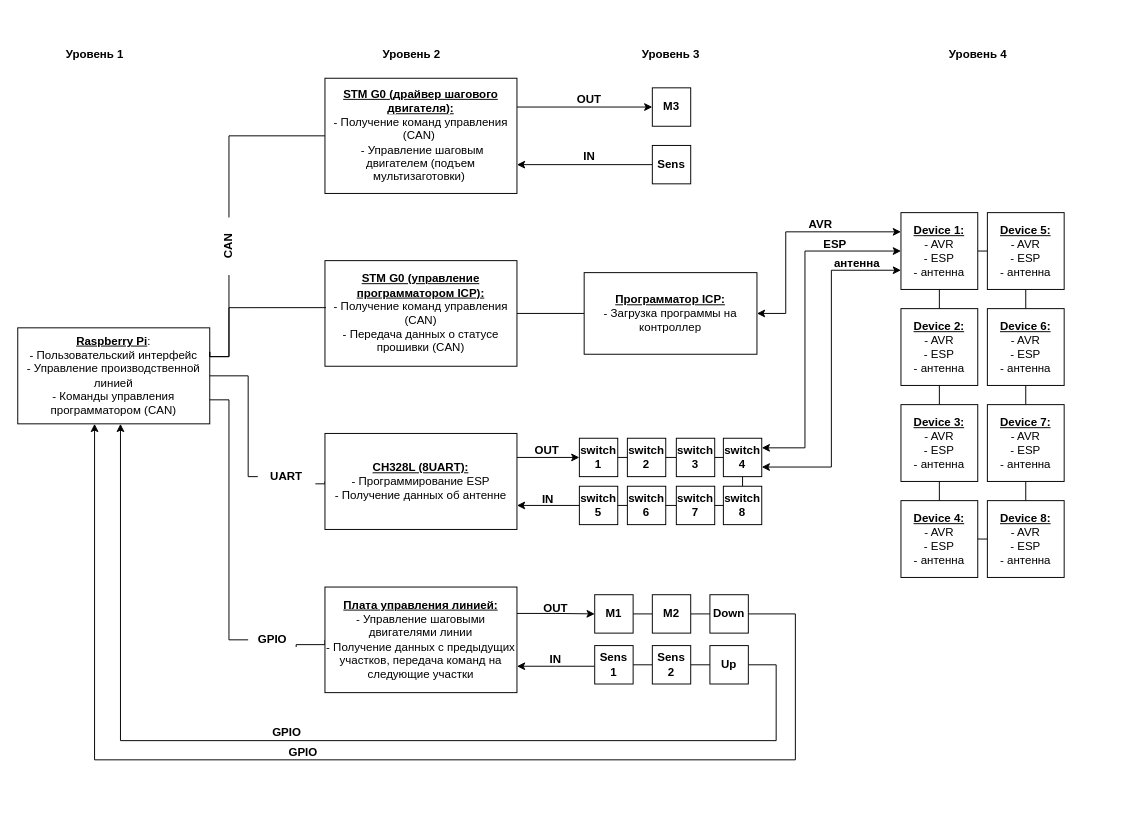
Above: Device.drawio in NataliApril/xkeeper (draw.io), before the change. Source tidied: cells renumbered, new cells numbered last; positions are measured from the earlier drawing's top-left corner, leaving out a move shared by most shapes. Both pictures are drawn from the tidied source at 96%, with x=0, y=0 at pixel (17, 39).
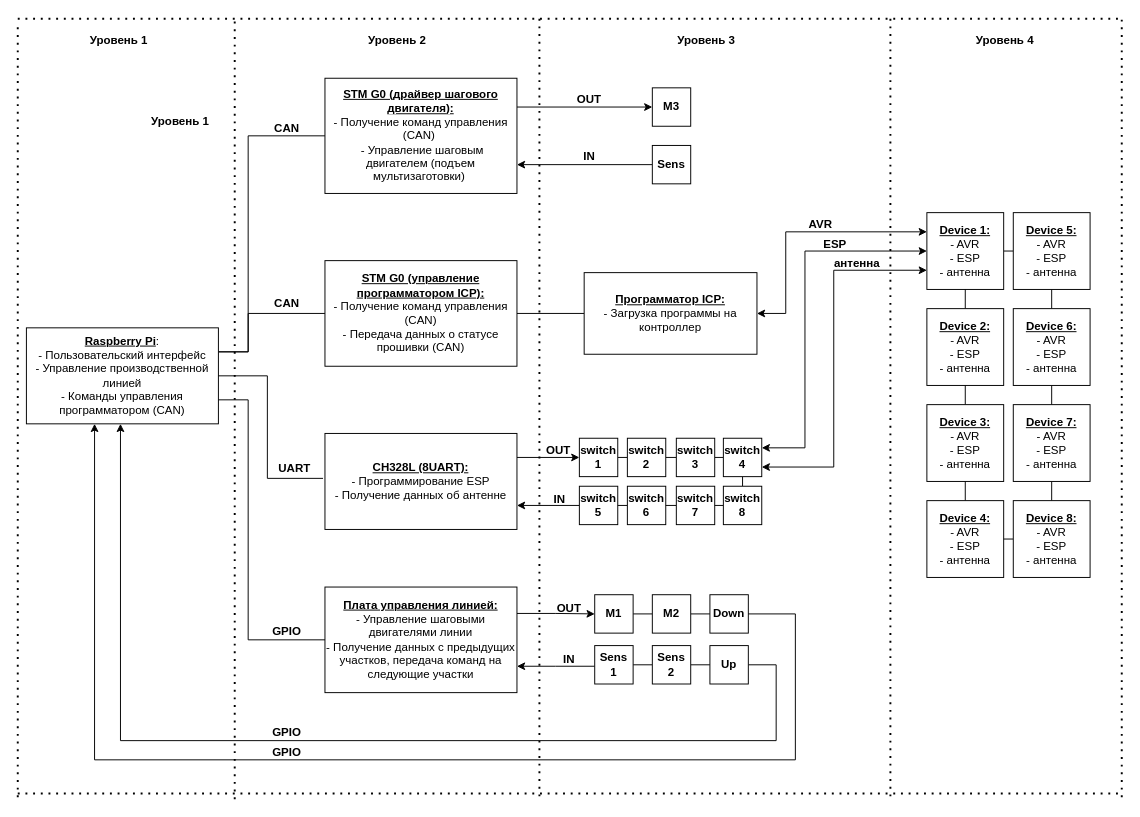
The same page after the edit.

The change refers to these unchanged cells:
```xml
<mxCell id="23" value="&lt;b&gt;&lt;u&gt;STM G0 (драйвер шагового двигателя):&lt;/u&gt;&lt;/b&gt;&lt;div&gt;- Получение команд управления (CAN)&amp;nbsp;&lt;/div&gt;&lt;div&gt;&amp;nbsp;- Управление шаговым двигателем (подъем мультизаготовки)&amp;nbsp;&lt;/div&gt;" style="rounded=0;whiteSpace=wrap;html=1;" parent="1" vertex="1">
  <mxGeometry x="320" y="40" width="200" height="120" as="geometry" />
</mxCell>
<mxCell id="25" value="&lt;b&gt;&lt;u&gt;STM G0 (управление программатором ICP):&lt;/u&gt;&lt;/b&gt;&lt;div&gt;- Получение команд управления (CAN)&lt;/div&gt;&lt;div&gt;- Передача данных о статусе прошивки (CAN)&lt;/div&gt;" style="rounded=0;whiteSpace=wrap;html=1;" parent="1" vertex="1">
  <mxGeometry x="320" y="230" width="200" height="110" as="geometry" />
</mxCell>
<mxCell id="27" value="&lt;b&gt;&lt;u&gt;CH328L (8UART):&lt;/u&gt;&lt;/b&gt;&lt;div&gt;- Программирование ESP&lt;br&gt;- Получение данных об антенне&lt;/div&gt;" style="rounded=0;whiteSpace=wrap;html=1;" parent="1" vertex="1">
  <mxGeometry x="320" y="410" width="200" height="100" as="geometry" />
</mxCell>
<mxCell id="30" value="&lt;b&gt;&lt;u&gt;Плата управления линией:&lt;/u&gt;&lt;/b&gt;&lt;div&gt;- Управление шаговыми двигателями линии&lt;br&gt;- Получение данных с предыдущих участков, передача команд на следующие участки&lt;/div&gt;" style="rounded=0;whiteSpace=wrap;html=1;" parent="1" vertex="1">
  <mxGeometry x="320" y="570" width="200" height="110" as="geometry" />
</mxCell>
<mxCell id="76" value="&lt;b&gt;switch 4&lt;/b&gt;" style="whiteSpace=wrap;html=1;" parent="1" vertex="1">
  <mxGeometry x="735" y="415" width="40" height="40" as="geometry" />
</mxCell>
```

Diff of the diagram source:
```diff
@@
     <mxCell id="3" value="&lt;b&gt;&lt;u&gt;Device 1:&lt;/u&gt;&lt;/b&gt;&lt;br&gt;- AVR&lt;br&gt;- ESP&lt;br&gt;- антенна" style="whiteSpace=wrap;html=1;" parent="1" vertex="1">
-      <mxGeometry x="920" y="180" width="80" height="80" as="geometry" />
+      <mxGeometry x="947" y="180" width="80" height="80" as="geometry" />
     </mxCell>
@@
     <mxCell id="5" value="&lt;b&gt;&lt;u&gt;Device 2:&lt;/u&gt;&lt;/b&gt;&lt;br&gt;- AVR&lt;br&gt;- ESP&lt;br&gt;- антенна" style="whiteSpace=wrap;html=1;" parent="1" vertex="1">
-      <mxGeometry x="920" y="280" width="80" height="80" as="geometry" />
+      <mxGeometry x="947" y="280" width="80" height="80" as="geometry" />
     </mxCell>
@@
     <mxCell id="7" value="&lt;b&gt;&lt;u&gt;Device 3:&lt;/u&gt;&lt;/b&gt;&lt;br&gt;- AVR&lt;br&gt;- ESP&lt;br&gt;- антенна" style="whiteSpace=wrap;html=1;" parent="1" vertex="1">
-      <mxGeometry x="920" y="380" width="80" height="80" as="geometry" />
+      <mxGeometry x="947" y="380" width="80" height="80" as="geometry" />
     </mxCell>
@@
     <mxCell id="9" value="&lt;b&gt;&lt;u&gt;Device 4:&lt;/u&gt;&lt;/b&gt;&lt;br&gt;- AVR&lt;br&gt;- ESP&lt;br&gt;- антенна" style="whiteSpace=wrap;html=1;" parent="1" vertex="1">
-      <mxGeometry x="920" y="480" width="80" height="80" as="geometry" />
+      <mxGeometry x="947" y="480" width="80" height="80" as="geometry" />
     </mxCell>
@@
     <mxCell id="11" value="&lt;b&gt;&lt;u&gt;Device 5:&lt;/u&gt;&lt;/b&gt;&lt;br&gt;- AVR&lt;br&gt;- ESP&lt;br&gt;- антенна" style="whiteSpace=wrap;html=1;" parent="1" vertex="1">
-      <mxGeometry x="1010" y="180" width="80" height="80" as="geometry" />
+      <mxGeometry x="1037" y="180" width="80" height="80" as="geometry" />
     </mxCell>
@@
     <mxCell id="13" value="&lt;b&gt;&lt;u&gt;Device 6:&lt;/u&gt;&lt;/b&gt;&lt;br&gt;- AVR&lt;br&gt;- ESP&lt;br&gt;- антенна" style="whiteSpace=wrap;html=1;" parent="1" vertex="1">
-      <mxGeometry x="1010" y="280" width="80" height="80" as="geometry" />
+      <mxGeometry x="1037" y="280" width="80" height="80" as="geometry" />
     </mxCell>
@@
     <mxCell id="15" value="&lt;b&gt;&lt;u&gt;Device 7:&lt;/u&gt;&lt;/b&gt;&lt;br&gt;- AVR&lt;br&gt;- ESP&lt;br&gt;- антенна" style="whiteSpace=wrap;html=1;" parent="1" vertex="1">
-      <mxGeometry x="1010" y="380" width="80" height="80" as="geometry" />
+      <mxGeometry x="1037" y="380" width="80" height="80" as="geometry" />
     </mxCell>
@@
     <mxCell id="17" value="&lt;b&gt;&lt;u&gt;Device 8:&lt;/u&gt;&lt;/b&gt;&lt;br&gt;- AVR&lt;br&gt;- ESP&lt;br&gt;- антенна" style="whiteSpace=wrap;html=1;" parent="1" vertex="1">
-      <mxGeometry x="1010" y="480" width="80" height="80" as="geometry" />
+      <mxGeometry x="1037" y="480" width="80" height="80" as="geometry" />
     </mxCell>
-    <mxCell id="18" style="edgeStyle=orthogonalEdgeStyle;rounded=0;jettySize=auto;html=1;exitX=1;exitY=0.5;exitDx=0;exitDy=0;entryX=0;entryY=0.5;entryDx=0;entryDy=0;endArrow=none;endFill=0;" parent="1" edge="1" source="33" target="23">
-      <mxGeometry relative="1" as="geometry" />
-    </mxCell>
-    <mxCell id="19" style="edgeStyle=orthogonalEdgeStyle;rounded=0;jettySize=auto;html=1;exitX=1;exitY=0.75;exitDx=0;exitDy=0;entryX=0;entryY=0.5;entryDx=0;entryDy=0;endArrow=none;endFill=0;" parent="1" edge="1" source="35" target="27">
-      <mxGeometry relative="1" as="geometry" />
-    </mxCell>
-    <mxCell id="20" style="edgeStyle=orthogonalEdgeStyle;rounded=0;jettySize=auto;html=1;exitX=1;exitY=0.75;exitDx=0;exitDy=0;entryX=0;entryY=0.5;entryDx=0;entryDy=0;endArrow=none;endFill=0;" parent="1" edge="1" source="37" target="30">
-      <mxGeometry relative="1" as="geometry">
-        <Array as="points">
-          <mxPoint x="290" y="630" />
-          <mxPoint x="320" y="630" />
-        </Array>
-      </mxGeometry>
-    </mxCell>
+    <mxCell id="88" style="edgeStyle=orthogonalEdgeStyle;rounded=0;jettySize=auto;html=1;exitX=1;exitY=0.25;exitDx=0;exitDy=0;endArrow=none;endFill=0;entryX=0;entryY=0.5;entryDx=0;entryDy=0;" parent="1" edge="1" source="21" target="23">
+      <mxGeometry relative="1" as="geometry">
+        <Array as="points">
+          <mxPoint x="240" y="325" />
+          <mxPoint x="240" y="100" />
+        </Array>
+      </mxGeometry>
+    </mxCell>
+    <mxCell id="31" style="edgeStyle=orthogonalEdgeStyle;rounded=0;jettySize=auto;html=1;exitX=1;exitY=0.25;exitDx=0;exitDy=0;entryX=0;entryY=0.5;entryDx=0;entryDy=0;endArrow=none;endFill=0;" parent="1" edge="1" source="21" target="25">
+      <mxGeometry relative="1" as="geometry">
+        <Array as="points">
+          <mxPoint x="240" y="325" />
+          <mxPoint x="240" y="285" />
+        </Array>
+      </mxGeometry>
+    </mxCell>
     <mxCell id="21" value="&lt;b&gt;&lt;u&gt;Raspberry Pi&lt;/u&gt;&lt;/b&gt;:&lt;br&gt;- Пользовательский интерфейс&lt;br&gt;- Управление производственной линией&lt;br&gt;- Команды управления программатором (CAN)" style="rounded=0;whiteSpace=wrap;html=1;" parent="1" vertex="1">
-      <mxGeometry y="300" width="200" height="100" as="geometry" />
+      <mxGeometry x="9" y="300" width="200" height="100" as="geometry" />
     </mxCell>
@@
-    <mxCell id="31" style="edgeStyle=orthogonalEdgeStyle;rounded=0;jettySize=auto;html=1;exitX=1;exitY=0.25;exitDx=0;exitDy=0;entryX=0.005;entryY=0.445;entryDx=0;entryDy=0;entryPerimeter=0;endArrow=none;endFill=0;" parent="1" edge="1" source="21" target="25">
-      <mxGeometry relative="1" as="geometry">
-        <Array as="points">
-          <mxPoint x="200" y="330" />
-          <mxPoint x="220" y="330" />
-          <mxPoint x="220" y="279" />
-        </Array>
-      </mxGeometry>
-    </mxCell>
-    <mxCell id="32" style="edgeStyle=orthogonalEdgeStyle;rounded=0;jettySize=auto;html=1;exitX=1;exitY=0.25;exitDx=0;exitDy=0;entryX=0;entryY=0.5;entryDx=0;entryDy=0;endArrow=none;endFill=0;" parent="1" edge="1" source="21" target="33">
-      <mxGeometry relative="1" as="geometry">
-        <Array as="points">
-          <mxPoint x="200" y="330" />
-          <mxPoint x="220" y="330" />
-          <mxPoint x="220" y="245" />
-        </Array>
-      </mxGeometry>
-    </mxCell>
-    <mxCell id="33" value="&lt;b&gt;CAN&lt;/b&gt;" style="text;html=1;align=center;verticalAlign=middle;whiteSpace=wrap;rounded=0;rotation=-90;" parent="1" vertex="1">
-      <mxGeometry x="190" y="200" width="60" height="30" as="geometry" />
-    </mxCell>
-    <mxCell id="34" style="edgeStyle=orthogonalEdgeStyle;rounded=0;jettySize=auto;html=1;exitX=1;exitY=0.5;exitDx=0;exitDy=0;entryX=0;entryY=0.5;entryDx=0;entryDy=0;endArrow=none;endFill=0;" parent="1" edge="1" source="21" target="35">
+    <mxCell id="34" style="edgeStyle=orthogonalEdgeStyle;rounded=0;jettySize=auto;html=1;exitX=1;exitY=0.5;exitDx=0;exitDy=0;endArrow=none;endFill=0;entryX=-0.01;entryY=0.468;entryDx=0;entryDy=0;entryPerimeter=0;" parent="1" edge="1" source="21" target="27">
       <mxGeometry relative="1" as="geometry">
         <Array as="points">
-          <mxPoint x="240" y="350" />
+          <mxPoint x="260" y="350" />
+          <mxPoint x="260" y="457" />
         </Array>
       </mxGeometry>
     </mxCell>
-    <mxCell id="35" value="&lt;b&gt;UART&lt;/b&gt;" style="text;html=1;align=center;verticalAlign=middle;whiteSpace=wrap;rounded=0;rotation=0;" parent="1" vertex="1">
-      <mxGeometry x="250" y="440" width="60" height="30" as="geometry" />
-    </mxCell>
-    <mxCell id="36" style="edgeStyle=orthogonalEdgeStyle;rounded=0;jettySize=auto;html=1;exitX=1;exitY=0.75;exitDx=0;exitDy=0;entryX=0;entryY=0.5;entryDx=0;entryDy=0;endArrow=none;endFill=0;" parent="1" edge="1" source="21" target="37">
-      <mxGeometry relative="1" as="geometry" />
+    <mxCell id="36" style="edgeStyle=orthogonalEdgeStyle;rounded=0;jettySize=auto;html=1;exitX=1;exitY=0.75;exitDx=0;exitDy=0;entryX=0;entryY=0.5;entryDx=0;entryDy=0;endArrow=none;endFill=0;" parent="1" edge="1" source="21" target="30">
+      <mxGeometry relative="1" as="geometry">
+        <Array as="points">
+          <mxPoint x="240" y="375" />
+          <mxPoint x="240" y="625" />
+        </Array>
+      </mxGeometry>
     </mxCell>
-    <mxCell id="37" value="&lt;b&gt;GPIO&lt;/b&gt;" style="text;html=1;align=center;verticalAlign=middle;points=[];strokeColor=none;fillColor=none;rotation=0;" parent="1" vertex="1">
-      <mxGeometry x="240" y="610" width="50" height="30" as="geometry" />
-    </mxCell>
@@
     <mxCell id="51" value="&lt;b&gt;OUT&lt;/b&gt;" style="text;html=1;align=center;verticalAlign=middle;strokeColor=none;fillColor=none;" parent="1" vertex="1">
-      <mxGeometry x="535" y="577" width="50" height="30" as="geometry" />
+      <mxGeometry x="549" y="577" width="50" height="30" as="geometry" />
     </mxCell>
     <mxCell id="52" value="&lt;b&gt;Уровень 1&lt;/b&gt;" style="text;html=1;align=center;verticalAlign=middle;strokeColor=none;fillColor=none;" parent="1" vertex="1">
-      <mxGeometry x="40" width="80" height="30" as="geometry" />
+      <mxGeometry x="65" y="-14" width="80" height="30" as="geometry" />
     </mxCell>
-    <mxCell id="53" value="&lt;b&gt;Уровень 2&lt;/b&gt;" style="text;html=1;align=center;verticalAlign=middle;strokeColor=none;fillColor=none;" parent="1" vertex="1">
-      <mxGeometry x="370" width="80" height="30" as="geometry" />
-    </mxCell>
     <mxCell id="54" value="&lt;b&gt;Уровень 3&lt;/b&gt;" style="text;html=1;align=center;verticalAlign=middle;strokeColor=none;fillColor=none;" parent="1" vertex="1">
-      <mxGeometry x="640" width="80" height="30" as="geometry" />
+      <mxGeometry x="677" y="-14" width="80" height="30" as="geometry" />
     </mxCell>
     <mxCell id="55" value="&lt;b&gt;Уровень 4&lt;/b&gt;" style="text;html=1;align=center;verticalAlign=middle;strokeColor=none;fillColor=none;" parent="1" vertex="1">
-      <mxGeometry x="960" width="80" height="30" as="geometry" />
+      <mxGeometry x="988" y="-14" width="80" height="30" as="geometry" />
     </mxCell>
@@
     <mxCell id="75" style="edgeStyle=orthogonalEdgeStyle;rounded=0;jettySize=auto;html=1;exitX=1;exitY=0.75;exitDx=0;exitDy=0;entryX=0;entryY=0.75;entryDx=0;entryDy=0;startArrow=classic;startFill=1;" parent="1" edge="1" source="76" target="3">
-      <mxGeometry relative="1" as="geometry" />
+      <mxGeometry relative="1" as="geometry">
+        <Array as="points">
+          <mxPoint x="850" y="445" />
+          <mxPoint x="850" y="240" />
+        </Array>
+      </mxGeometry>
     </mxCell>
@@
     <mxCell id="79" value="&lt;b&gt;OUT&lt;/b&gt;" style="text;html=1;align=center;verticalAlign=middle;strokeColor=none;fillColor=none;" parent="1" vertex="1">
-      <mxGeometry x="526" y="413" width="50" height="30" as="geometry" />
+      <mxGeometry x="538" y="413" width="50" height="30" as="geometry" />
     </mxCell>
     <mxCell id="80" value="&lt;b&gt;IN&lt;/b&gt;" style="text;html=1;align=center;verticalAlign=middle;strokeColor=none;fillColor=none;" parent="1" vertex="1">
-      <mxGeometry x="532" y="464" width="40" height="30" as="geometry" />
+      <mxGeometry x="544" y="464" width="40" height="30" as="geometry" />
     </mxCell>
@@
     <mxCell id="86" value="&lt;b&gt;GPIO&lt;/b&gt;" style="text;html=1;align=center;verticalAlign=middle;strokeColor=none;fillColor=none;rotation=0;" parent="1" vertex="1">
-      <mxGeometry x="272" y="727" width="50" height="30" as="geometry" />
+      <mxGeometry x="255" y="727" width="50" height="30" as="geometry" />
     </mxCell>
     <mxCell id="87" value="&lt;b&gt;IN&lt;/b&gt;" style="text;html=1;align=center;verticalAlign=middle;strokeColor=none;fillColor=none;" parent="1" vertex="1">
-      <mxGeometry x="540" y="631" width="40" height="30" as="geometry" />
+      <mxGeometry x="554" y="631" width="40" height="30" as="geometry" />
     </mxCell>
+    <mxCell id="89" style="endArrow=none;dashed=1;html=1;dashPattern=1 3;strokeWidth=2;rounded=0;" parent="1" edge="1">
+      <mxGeometry relative="1" as="geometry">
+        <mxPoint y="789" as="sourcePoint" />
+        <mxPoint y="-15" as="targetPoint" />
+      </mxGeometry>
+    </mxCell>
+    <mxCell id="90" style="endArrow=none;dashed=1;html=1;dashPattern=1 3;strokeWidth=2;rounded=0;" parent="1" edge="1">
+      <mxGeometry relative="1" as="geometry">
+        <mxPoint y="-22" as="sourcePoint" />
+        <mxPoint x="1150" y="-22" as="targetPoint" />
+      </mxGeometry>
+    </mxCell>
+    <mxCell id="91" style="endArrow=none;dashed=1;html=1;dashPattern=1 3;strokeWidth=2;rounded=0;" parent="1" edge="1">
+      <mxGeometry relative="1" as="geometry">
+        <mxPoint x="1150" y="789" as="sourcePoint" />
+        <mxPoint x="1150" y="-21" as="targetPoint" />
+      </mxGeometry>
+    </mxCell>
+    <mxCell id="92" style="endArrow=none;dashed=1;html=1;dashPattern=1 3;strokeWidth=2;rounded=0;" parent="1" edge="1">
+      <mxGeometry relative="1" as="geometry">
+        <mxPoint y="785" as="sourcePoint" />
+        <mxPoint x="1150" y="785" as="targetPoint" />
+      </mxGeometry>
+    </mxCell>
+    <mxCell id="93" style="endArrow=none;dashed=1;html=1;dashPattern=1 3;strokeWidth=2;rounded=0;" parent="1" edge="1">
+      <mxGeometry relative="1" as="geometry">
+        <mxPoint x="226" y="791" as="sourcePoint" />
+        <mxPoint x="226" y="-20" as="targetPoint" />
+      </mxGeometry>
+    </mxCell>
+    <mxCell id="35" value="&lt;b&gt;UART&lt;/b&gt;" style="text;html=1;align=center;verticalAlign=middle;points=[];strokeColor=none;fillColor=none;rotation=0;" parent="1" vertex="1">
+      <mxGeometry x="258" y="432" width="60" height="30" as="geometry" />
+    </mxCell>
+    <mxCell id="37" value="&lt;b&gt;GPIO&lt;/b&gt;" style="text;html=1;align=center;verticalAlign=middle;points=[];strokeColor=none;fillColor=none;rotation=0;" parent="1" vertex="1">
+      <mxGeometry x="255" y="601" width="50" height="30" as="geometry" />
+    </mxCell>
+    <mxCell id="94" value="&lt;b&gt;CAN&lt;/b&gt;" style="text;html=1;align=center;verticalAlign=middle;strokeColor=none;fillColor=none;rotation=0;" parent="1" vertex="1">
+      <mxGeometry x="255" y="260" width="50" height="30" as="geometry" />
+    </mxCell>
+    <mxCell id="95" value="&lt;b&gt;CAN&lt;/b&gt;" style="text;html=1;align=center;verticalAlign=middle;strokeColor=none;fillColor=none;rotation=0;" parent="1" vertex="1">
+      <mxGeometry x="255" y="77" width="50" height="30" as="geometry" />
+    </mxCell>
+    <mxCell id="96" style="endArrow=none;dashed=1;html=1;dashPattern=1 3;strokeWidth=2;rounded=0;" parent="1" edge="1">
+      <mxGeometry relative="1" as="geometry">
+        <mxPoint x="543.4" y="788" as="sourcePoint" />
+        <mxPoint x="543.4" y="-23" as="targetPoint" />
+      </mxGeometry>
+    </mxCell>
+    <mxCell id="97" style="endArrow=none;dashed=1;html=1;dashPattern=1 3;strokeWidth=2;rounded=0;" parent="1" edge="1">
+      <mxGeometry relative="1" as="geometry">
+        <mxPoint x="909" y="788" as="sourcePoint" />
+        <mxPoint x="909" y="-23" as="targetPoint" />
+      </mxGeometry>
+    </mxCell>
+    <mxCell id="98" value="&lt;b&gt;Уровень 1&lt;/b&gt;" style="text;html=1;align=center;verticalAlign=middle;strokeColor=none;fillColor=none;" parent="1" vertex="1">
+      <mxGeometry x="129" y="70" width="80" height="30" as="geometry" />
+    </mxCell>
+    <mxCell id="53" value="&lt;b&gt;Уровень 2&lt;/b&gt;" style="text;html=1;align=center;verticalAlign=middle;strokeColor=none;fillColor=none;" parent="1" vertex="1">
+      <mxGeometry x="355" y="-14" width="80" height="30" as="geometry" />
+    </mxCell>
```
